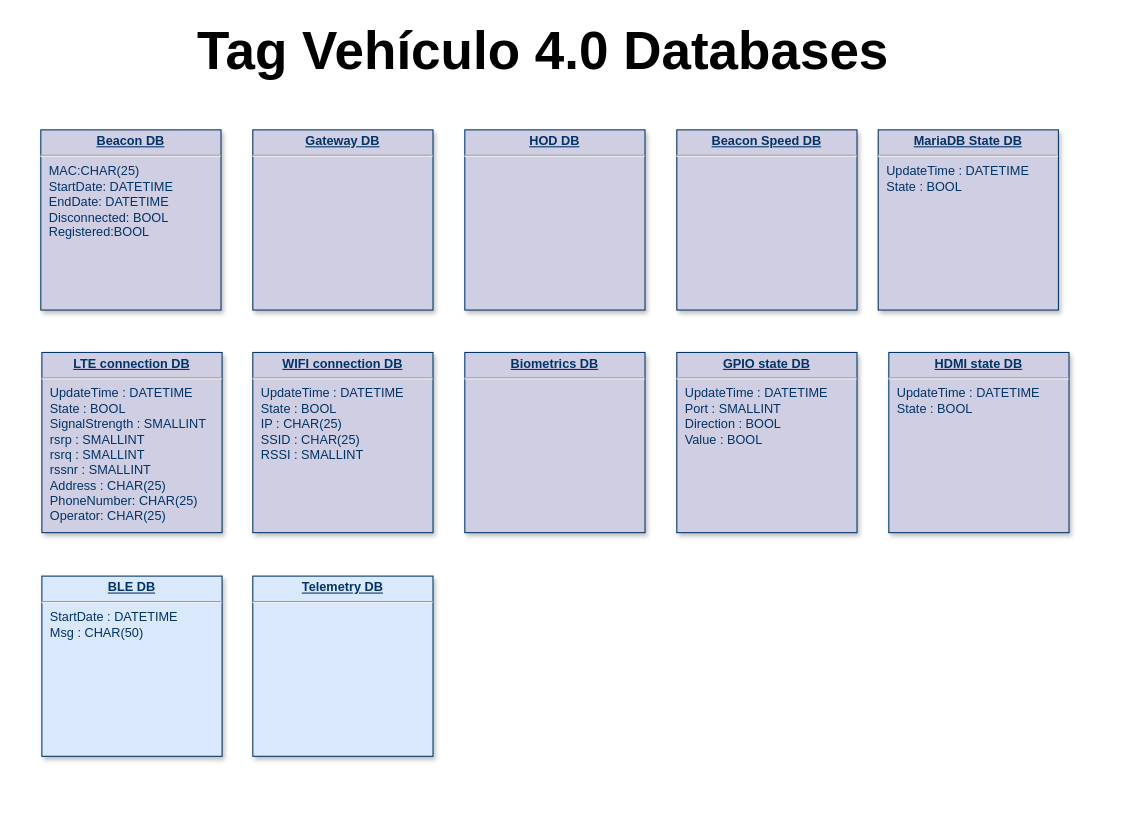
The draw.io diagram Bases de datos de Tag Vehiculo 4_0.drawio in CesarRodriguez14/Tag_Vehiculo_4_0_Diagramas, before the edit. Source tidied: cells renumbered, new cells numbered last; positions are measured from the earlier drawing's top-left corner, leaving out a move shared by most shapes. Both pictures are drawn from the tidied source at 106%, with x=0, y=0 at pixel (18, 23).
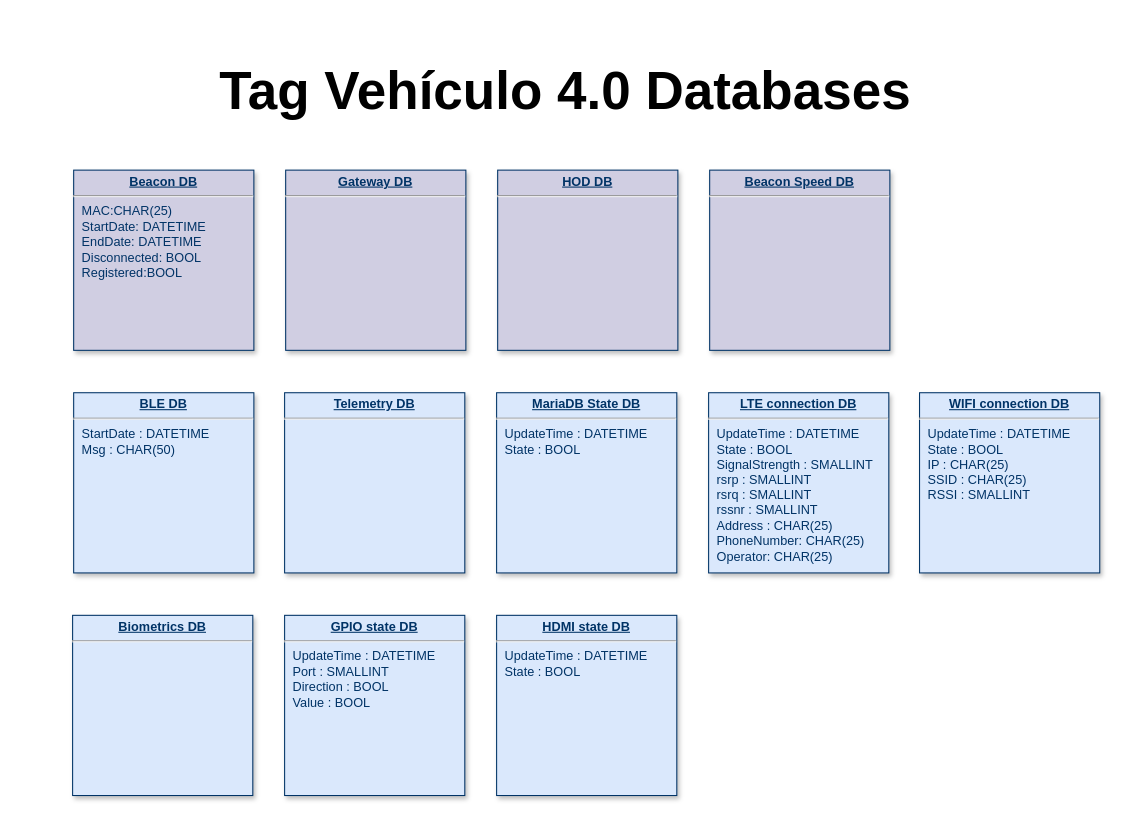
The same page after the edit.

Diff of the diagram source:
```diff
@@
 <mxGraphModel>
   <root>
     <mxCell id="0" />
     <mxCell id="1" parent="0" />
     <mxCell id="2" value="&lt;p style=&quot;margin: 0px; margin-top: 4px; text-align: center; text-decoration: underline;&quot;&gt;&lt;b&gt;BLE DB&lt;/b&gt;&lt;/p&gt;&lt;hr&gt;&lt;p style=&quot;margin: 0px; margin-left: 8px;&quot;&gt;StartDate : DATETIME&lt;/p&gt;&lt;p style=&quot;margin: 0px; margin-left: 8px;&quot;&gt;Msg : CHAR(50)&lt;/p&gt;" style="verticalAlign=top;align=left;overflow=fill;fontSize=12;fontFamily=Helvetica;html=1;strokeColor=#003366;shadow=1;fillColor=#DAE8FC;fontColor=#003366;" parent="1" vertex="1">
-      <mxGeometry x="22" y="521" width="170" height="170" as="geometry" />
+      <mxGeometry x="52" y="348" width="170" height="170" as="geometry" />
     </mxCell>
     <mxCell id="3" value="&lt;p style=&quot;margin: 0px; margin-top: 4px; text-align: center; text-decoration: underline;&quot;&gt;&lt;b&gt;Beacon DB&lt;/b&gt;&lt;/p&gt;&lt;hr&gt;&lt;p style=&quot;margin: 0px; margin-left: 8px;&quot;&gt;MAC:CHAR(25)&lt;/p&gt;&lt;p style=&quot;margin: 0px; margin-left: 8px;&quot;&gt;StartDate: DATETIME&lt;/p&gt;&lt;p style=&quot;margin: 0px; margin-left: 8px;&quot;&gt;EndDate: DATETIME&lt;/p&gt;&lt;p style=&quot;margin: 0px; margin-left: 8px;&quot;&gt;Disconnected: BOOL&lt;/p&gt;&lt;p style=&quot;margin: 0px; margin-left: 8px;&quot;&gt;Registered:BOOL&lt;/p&gt;" style="verticalAlign=top;align=left;overflow=fill;fontSize=12;fontFamily=Helvetica;html=1;strokeColor=#003366;shadow=1;fillColor=#D0CEE2;fontColor=#003366;" parent="1" vertex="1">
-      <mxGeometry x="21" y="100" width="170" height="170" as="geometry" />
+      <mxGeometry x="52" y="138" width="170" height="170" as="geometry" />
     </mxCell>
     <mxCell id="4" value="&lt;p style=&quot;margin: 0px; margin-top: 4px; text-align: center; text-decoration: underline;&quot;&gt;&lt;b&gt;Gateway DB&lt;/b&gt;&lt;/p&gt;&lt;hr&gt;&lt;p style=&quot;margin: 0px; margin-left: 8px;&quot;&gt;&lt;br&gt;&lt;/p&gt;" style="verticalAlign=top;align=left;overflow=fill;fontSize=12;fontFamily=Helvetica;html=1;strokeColor=#003366;shadow=1;fillColor=#D0CEE2;fontColor=#003366;" parent="1" vertex="1">
-      <mxGeometry x="221" y="100" width="170" height="170" as="geometry" />
+      <mxGeometry x="252" y="138" width="170" height="170" as="geometry" />
     </mxCell>
     <mxCell id="5" value="&lt;p style=&quot;margin: 0px; margin-top: 4px; text-align: center; text-decoration: underline;&quot;&gt;&lt;b&gt;HOD DB&lt;/b&gt;&lt;/p&gt;&lt;hr&gt;&lt;p style=&quot;margin: 0px; margin-left: 8px;&quot;&gt;&lt;br&gt;&lt;/p&gt;" style="verticalAlign=top;align=left;overflow=fill;fontSize=12;fontFamily=Helvetica;html=1;strokeColor=#003366;shadow=1;fillColor=#D0CEE2;fontColor=#003366;" parent="1" vertex="1">
-      <mxGeometry x="421" y="100" width="170" height="170" as="geometry" />
+      <mxGeometry x="452" y="138" width="170" height="170" as="geometry" />
     </mxCell>
     <mxCell id="6" value="&lt;p style=&quot;margin: 0px; margin-top: 4px; text-align: center; text-decoration: underline;&quot;&gt;&lt;b&gt;Beacon Speed DB&lt;/b&gt;&lt;/p&gt;&lt;hr&gt;&lt;p style=&quot;margin: 0px; margin-left: 8px;&quot;&gt;&lt;br&gt;&lt;/p&gt;" style="verticalAlign=top;align=left;overflow=fill;fontSize=12;fontFamily=Helvetica;html=1;strokeColor=#003366;shadow=1;fillColor=#D0CEE2;fontColor=#003366;" parent="1" vertex="1">
-      <mxGeometry x="621" y="100" width="170" height="170" as="geometry" />
+      <mxGeometry x="652" y="138" width="170" height="170" as="geometry" />
     </mxCell>
-    <mxCell id="7" value="&lt;p style=&quot;margin: 0px; margin-top: 4px; text-align: center; text-decoration: underline;&quot;&gt;&lt;b&gt;GPIO state DB&lt;/b&gt;&lt;/p&gt;&lt;hr&gt;&lt;p style=&quot;margin: 0px; margin-left: 8px;&quot;&gt;UpdateTime : DATETIME&lt;br&gt;&lt;/p&gt;&lt;p style=&quot;margin: 0px; margin-left: 8px;&quot;&gt;Port : SMALLINT&lt;/p&gt;&lt;p style=&quot;margin: 0px; margin-left: 8px;&quot;&gt;Direction : BOOL&lt;/p&gt;&lt;p style=&quot;margin: 0px; margin-left: 8px;&quot;&gt;Value : BOOL&lt;/p&gt;" style="verticalAlign=top;align=left;overflow=fill;fontSize=12;fontFamily=Helvetica;html=1;strokeColor=#003366;shadow=1;fillColor=#D0CEE2;fontColor=#003366;" parent="1" vertex="1">
-      <mxGeometry x="621" y="310" width="170" height="170" as="geometry" />
+    <mxCell id="7" value="&lt;p style=&quot;margin: 0px; margin-top: 4px; text-align: center; text-decoration: underline;&quot;&gt;&lt;b&gt;GPIO state DB&lt;/b&gt;&lt;/p&gt;&lt;hr&gt;&lt;p style=&quot;margin: 0px; margin-left: 8px;&quot;&gt;UpdateTime : DATETIME&lt;br&gt;&lt;/p&gt;&lt;p style=&quot;margin: 0px; margin-left: 8px;&quot;&gt;Port : SMALLINT&lt;/p&gt;&lt;p style=&quot;margin: 0px; margin-left: 8px;&quot;&gt;Direction : BOOL&lt;/p&gt;&lt;p style=&quot;margin: 0px; margin-left: 8px;&quot;&gt;Value : BOOL&lt;/p&gt;" style="verticalAlign=top;align=left;overflow=fill;fontSize=12;fontFamily=Helvetica;html=1;strokeColor=#003366;shadow=1;fillColor=#DAE8FC;fontColor=#003366;" parent="1" vertex="1">
+      <mxGeometry x="251" y="558" width="170" height="170" as="geometry" />
     </mxCell>
-    <mxCell id="8" value="&lt;p style=&quot;margin: 0px; margin-top: 4px; text-align: center; text-decoration: underline;&quot;&gt;&lt;b&gt;HDMI state DB&lt;/b&gt;&lt;/p&gt;&lt;hr&gt;&lt;p style=&quot;margin: 0px 0px 0px 8px;&quot;&gt;UpdateTime : DATETIME&lt;/p&gt;&lt;p style=&quot;margin: 0px 0px 0px 8px;&quot;&gt;State : BOOL&lt;/p&gt;&lt;p style=&quot;margin: 0px 0px 0px 8px;&quot;&gt;&lt;br&gt;&lt;/p&gt;" style="verticalAlign=top;align=left;overflow=fill;fontSize=12;fontFamily=Helvetica;html=1;strokeColor=#003366;shadow=1;fillColor=#D0CEE2;fontColor=#003366;" parent="1" vertex="1">
-      <mxGeometry x="821" y="310" width="170" height="170" as="geometry" />
+    <mxCell id="8" value="&lt;p style=&quot;margin: 0px; margin-top: 4px; text-align: center; text-decoration: underline;&quot;&gt;&lt;b&gt;HDMI state DB&lt;/b&gt;&lt;/p&gt;&lt;hr&gt;&lt;p style=&quot;margin: 0px 0px 0px 8px;&quot;&gt;UpdateTime : DATETIME&lt;/p&gt;&lt;p style=&quot;margin: 0px 0px 0px 8px;&quot;&gt;State : BOOL&lt;/p&gt;&lt;p style=&quot;margin: 0px 0px 0px 8px;&quot;&gt;&lt;br&gt;&lt;/p&gt;" style="verticalAlign=top;align=left;overflow=fill;fontSize=12;fontFamily=Helvetica;html=1;strokeColor=#003366;shadow=1;fillColor=#DAE8FC;fontColor=#003366;" parent="1" vertex="1">
+      <mxGeometry x="451" y="558" width="170" height="170" as="geometry" />
     </mxCell>
     <mxCell id="9" value="&lt;p style=&quot;margin: 0px; margin-top: 4px; text-align: center; text-decoration: underline;&quot;&gt;&lt;b&gt;Telemetry DB&lt;/b&gt;&lt;/p&gt;&lt;hr&gt;&lt;p style=&quot;margin: 0px; margin-left: 8px;&quot;&gt;&lt;br&gt;&lt;/p&gt;" style="verticalAlign=top;align=left;overflow=fill;fontSize=12;fontFamily=Helvetica;html=1;strokeColor=#003366;shadow=1;fillColor=#DAE8FC;fontColor=#003366;" parent="1" vertex="1">
-      <mxGeometry x="221" y="521" width="170" height="170" as="geometry" />
+      <mxGeometry x="251" y="348" width="170" height="170" as="geometry" />
     </mxCell>
-    <mxCell id="10" value="&lt;p style=&quot;margin: 0px; margin-top: 4px; text-align: center; text-decoration: underline;&quot;&gt;&lt;b&gt;LTE connection DB&lt;/b&gt;&lt;/p&gt;&lt;hr&gt;&lt;p style=&quot;margin: 0px; margin-left: 8px;&quot;&gt;UpdateTime : DATETIME&lt;br&gt;&lt;/p&gt;&lt;p style=&quot;margin: 0px; margin-left: 8px;&quot;&gt;State : BOOL&lt;/p&gt;&lt;p style=&quot;margin: 0px; margin-left: 8px;&quot;&gt;SignalStrength : SMALLINT&lt;/p&gt;&lt;p style=&quot;margin: 0px; margin-left: 8px;&quot;&gt;rsrp : SMALLINT&lt;/p&gt;&lt;p style=&quot;margin: 0px; margin-left: 8px;&quot;&gt;rsrq : SMALLINT&lt;/p&gt;&lt;p style=&quot;margin: 0px; margin-left: 8px;&quot;&gt;rssnr : SMALLINT&lt;/p&gt;&lt;p style=&quot;margin: 0px; margin-left: 8px;&quot;&gt;Address : CHAR(25)&amp;nbsp;&lt;/p&gt;&lt;p style=&quot;margin: 0px; margin-left: 8px;&quot;&gt;PhoneNumber: CHAR(25)&lt;/p&gt;&lt;p style=&quot;margin: 0px; margin-left: 8px;&quot;&gt;Operator: CHAR(25)&lt;/p&gt;" style="verticalAlign=top;align=left;overflow=fill;fontSize=12;fontFamily=Helvetica;html=1;strokeColor=#003366;shadow=1;fillColor=#D0CEE2;fontColor=#003366;" parent="1" vertex="1">
-      <mxGeometry x="22" y="310" width="170" height="170" as="geometry" />
+    <mxCell id="10" value="&lt;p style=&quot;margin: 0px; margin-top: 4px; text-align: center; text-decoration: underline;&quot;&gt;&lt;b&gt;LTE connection DB&lt;/b&gt;&lt;/p&gt;&lt;hr&gt;&lt;p style=&quot;margin: 0px; margin-left: 8px;&quot;&gt;UpdateTime : DATETIME&lt;br&gt;&lt;/p&gt;&lt;p style=&quot;margin: 0px; margin-left: 8px;&quot;&gt;State : BOOL&lt;/p&gt;&lt;p style=&quot;margin: 0px; margin-left: 8px;&quot;&gt;SignalStrength : SMALLINT&lt;/p&gt;&lt;p style=&quot;margin: 0px; margin-left: 8px;&quot;&gt;rsrp : SMALLINT&lt;/p&gt;&lt;p style=&quot;margin: 0px; margin-left: 8px;&quot;&gt;rsrq : SMALLINT&lt;/p&gt;&lt;p style=&quot;margin: 0px; margin-left: 8px;&quot;&gt;rssnr : SMALLINT&lt;/p&gt;&lt;p style=&quot;margin: 0px; margin-left: 8px;&quot;&gt;Address : CHAR(25)&amp;nbsp;&lt;/p&gt;&lt;p style=&quot;margin: 0px; margin-left: 8px;&quot;&gt;PhoneNumber: CHAR(25)&lt;/p&gt;&lt;p style=&quot;margin: 0px; margin-left: 8px;&quot;&gt;Operator: CHAR(25)&lt;/p&gt;" style="verticalAlign=top;align=left;overflow=fill;fontSize=12;fontFamily=Helvetica;html=1;strokeColor=#003366;shadow=1;fillColor=#DAE8FC;fontColor=#003366;" parent="1" vertex="1">
+      <mxGeometry x="651" y="348" width="170" height="170" as="geometry" />
     </mxCell>
-    <mxCell id="11" value="&lt;p style=&quot;margin: 0px; margin-top: 4px; text-align: center; text-decoration: underline;&quot;&gt;&lt;b&gt;Biometrics DB&lt;/b&gt;&lt;/p&gt;&lt;hr&gt;&lt;p style=&quot;margin: 0px; margin-left: 8px;&quot;&gt;&lt;br&gt;&lt;/p&gt;" style="verticalAlign=top;align=left;overflow=fill;fontSize=12;fontFamily=Helvetica;html=1;strokeColor=#003366;shadow=1;fillColor=#D0CEE2;fontColor=#003366;" parent="1" vertex="1">
-      <mxGeometry x="421" y="310" width="170" height="170" as="geometry" />
+    <mxCell id="11" value="&lt;p style=&quot;margin: 0px; margin-top: 4px; text-align: center; text-decoration: underline;&quot;&gt;&lt;b&gt;Biometrics DB&lt;/b&gt;&lt;/p&gt;&lt;hr&gt;&lt;p style=&quot;margin: 0px; margin-left: 8px;&quot;&gt;&lt;br&gt;&lt;/p&gt;" style="verticalAlign=top;align=left;overflow=fill;fontSize=12;fontFamily=Helvetica;html=1;strokeColor=#003366;shadow=1;fillColor=#DAE8FC;fontColor=#003366;" parent="1" vertex="1">
+      <mxGeometry x="51" y="558" width="170" height="170" as="geometry" />
     </mxCell>
-    <mxCell id="12" value="&lt;p style=&quot;margin: 0px; margin-top: 4px; text-align: center; text-decoration: underline;&quot;&gt;&lt;b&gt;MariaDB State DB&lt;/b&gt;&lt;/p&gt;&lt;hr&gt;&lt;p style=&quot;margin: 0px 0px 0px 8px;&quot;&gt;UpdateTime : DATETIME&lt;/p&gt;&lt;p style=&quot;margin: 0px 0px 0px 8px;&quot;&gt;State : BOOL&lt;/p&gt;&lt;p style=&quot;margin: 0px 0px 0px 8px;&quot;&gt;&lt;br&gt;&lt;/p&gt;" style="verticalAlign=top;align=left;overflow=fill;fontSize=12;fontFamily=Helvetica;html=1;strokeColor=#003366;shadow=1;fillColor=#D0CEE2;fontColor=#003366;" parent="1" vertex="1">
-      <mxGeometry x="811" y="100" width="170" height="170" as="geometry" />
+    <mxCell id="12" value="&lt;p style=&quot;margin: 0px; margin-top: 4px; text-align: center; text-decoration: underline;&quot;&gt;&lt;b&gt;MariaDB State DB&lt;/b&gt;&lt;/p&gt;&lt;hr&gt;&lt;p style=&quot;margin: 0px 0px 0px 8px;&quot;&gt;UpdateTime : DATETIME&lt;/p&gt;&lt;p style=&quot;margin: 0px 0px 0px 8px;&quot;&gt;State : BOOL&lt;/p&gt;&lt;p style=&quot;margin: 0px 0px 0px 8px;&quot;&gt;&lt;br&gt;&lt;/p&gt;" style="verticalAlign=top;align=left;overflow=fill;fontSize=12;fontFamily=Helvetica;html=1;strokeColor=#003366;shadow=1;fillColor=#DAE8FC;fontColor=#003366;" parent="1" vertex="1">
+      <mxGeometry x="451" y="348" width="170" height="170" as="geometry" />
     </mxCell>
-    <mxCell id="13" value="&lt;p style=&quot;margin: 0px; margin-top: 4px; text-align: center; text-decoration: underline;&quot;&gt;&lt;b&gt;WIFI connection DB&lt;/b&gt;&lt;/p&gt;&lt;hr&gt;&lt;p style=&quot;margin: 0px; margin-left: 8px;&quot;&gt;UpdateTime : DATETIME&lt;/p&gt;&lt;p style=&quot;margin: 0px; margin-left: 8px;&quot;&gt;State : BOOL&lt;/p&gt;&lt;p style=&quot;margin: 0px; margin-left: 8px;&quot;&gt;IP :&amp;nbsp;&lt;span style=&quot;background-color: initial;&quot;&gt;CHAR(25)&lt;/span&gt;&lt;/p&gt;&lt;p style=&quot;margin: 0px; margin-left: 8px;&quot;&gt;SSID : CHAR(25)&lt;/p&gt;&lt;p style=&quot;margin: 0px; margin-left: 8px;&quot;&gt;RSSI : SMALLINT&lt;/p&gt;&lt;p style=&quot;margin: 0px; margin-left: 8px;&quot;&gt;&lt;br&gt;&lt;/p&gt;" style="verticalAlign=top;align=left;overflow=fill;fontSize=12;fontFamily=Helvetica;html=1;strokeColor=#003366;shadow=1;fillColor=#D0CEE2;fontColor=#003366;" parent="1" vertex="1">
-      <mxGeometry x="221" y="310" width="170" height="170" as="geometry" />
+    <mxCell id="13" value="&lt;p style=&quot;margin: 0px; margin-top: 4px; text-align: center; text-decoration: underline;&quot;&gt;&lt;b&gt;WIFI connection DB&lt;/b&gt;&lt;/p&gt;&lt;hr&gt;&lt;p style=&quot;margin: 0px; margin-left: 8px;&quot;&gt;UpdateTime : DATETIME&lt;/p&gt;&lt;p style=&quot;margin: 0px; margin-left: 8px;&quot;&gt;State : BOOL&lt;/p&gt;&lt;p style=&quot;margin: 0px; margin-left: 8px;&quot;&gt;IP :&amp;nbsp;&lt;span style=&quot;background-color: initial;&quot;&gt;CHAR(25)&lt;/span&gt;&lt;/p&gt;&lt;p style=&quot;margin: 0px; margin-left: 8px;&quot;&gt;SSID : CHAR(25)&lt;/p&gt;&lt;p style=&quot;margin: 0px; margin-left: 8px;&quot;&gt;RSSI : SMALLINT&lt;/p&gt;&lt;p style=&quot;margin: 0px; margin-left: 8px;&quot;&gt;&lt;br&gt;&lt;/p&gt;" style="verticalAlign=top;align=left;overflow=fill;fontSize=12;fontFamily=Helvetica;html=1;strokeColor=#003366;shadow=1;fillColor=#DAE8FC;fontColor=#003366;" parent="1" vertex="1">
+      <mxGeometry x="850" y="348" width="170" height="170" as="geometry" />
     </mxCell>
     <mxCell id="14" value="Tag Vehículo 4.0 Databases" style="text;html=1;align=center;verticalAlign=middle;whiteSpace=wrap;rounded=0;fontSize=50;fontStyle=1;" parent="1" vertex="1">
-      <mxGeometry width="990" height="50" as="geometry" />
+      <mxGeometry x="21" y="38" width="990" height="50" as="geometry" />
     </mxCell>
   </root>
 </mxGraphModel>
```
